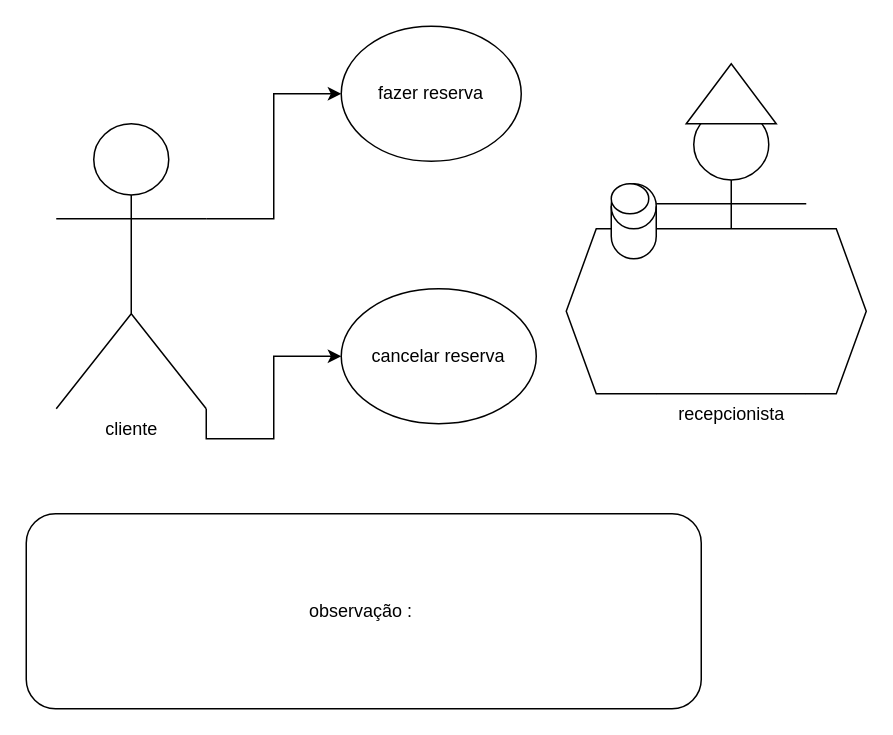
The draw.io diagram page "Página-1" (1 of 2) of Diagrama sem nome.drawio in Bernardo-Alves125/Diagramas-de-requisitos, before the edit. Source tidied: cells renumbered, new cells numbered last; positions are measured from the earlier drawing's top-left corner, leaving out a move shared by most shapes. Both pictures are drawn from the tidied source at 150%, with x=0, y=0 at pixel (26, 26).
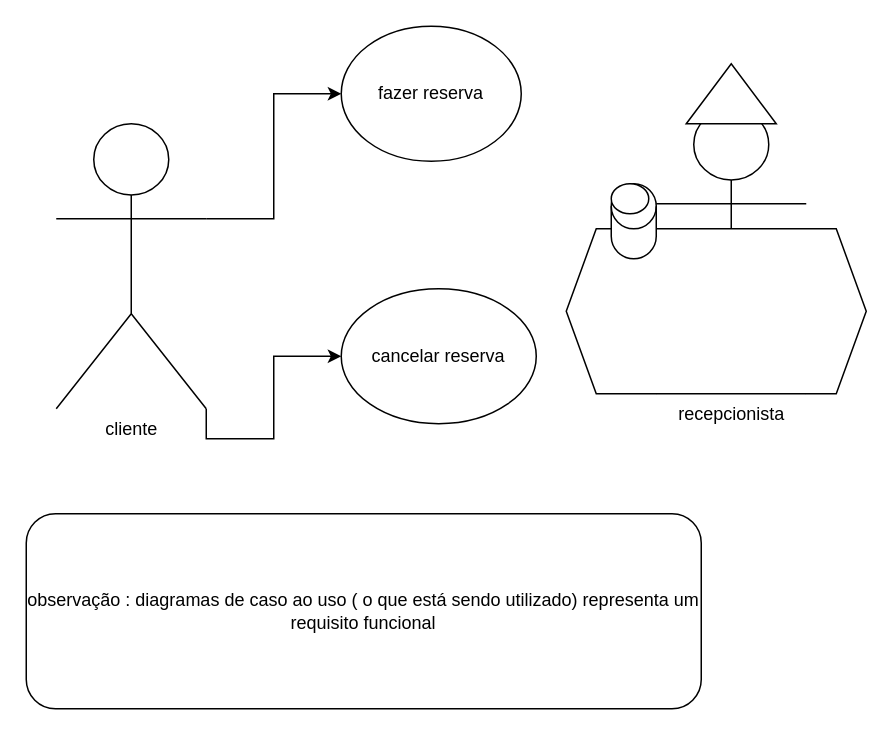
The same page after the edit.

Diff of the diagram source:
```diff
@@
 <mxGraphModel>
   <root>
     <mxCell id="0" />
     <mxCell id="1" parent="0" />
     <mxCell id="2" style="edgeStyle=orthogonalEdgeStyle;rounded=0;jettySize=auto;html=1;exitX=1;exitY=0.3333333333333333;exitDx=0;exitDy=0;exitPerimeter=0;" parent="1" edge="1" source="4" target="10">
       <mxGeometry relative="1" as="geometry" />
     </mxCell>
     <mxCell id="3" style="edgeStyle=orthogonalEdgeStyle;rounded=0;jettySize=auto;html=1;exitX=1;exitY=1;exitDx=0;exitDy=0;exitPerimeter=0;" parent="1" edge="1" source="4" target="11">
       <mxGeometry relative="1" as="geometry" />
     </mxCell>
     <mxCell id="4" value="cliente" style="shape=umlActor;verticalLabelPosition=bottom;verticalAlign=top;html=1;outlineConnect=0;" parent="1" vertex="1">
       <mxGeometry x="20" y="65" width="100" height="190" as="geometry" />
     </mxCell>
     <mxCell id="5" value="recepcionista" style="shape=umlActor;verticalLabelPosition=bottom;verticalAlign=top;html=1;" parent="1" vertex="1">
       <mxGeometry x="420" y="55" width="100" height="190" as="geometry" />
     </mxCell>
     <mxCell id="6" style="shape=hexagon;perimeter=hexagonPerimeter2;whiteSpace=wrap;html=1;fixedSize=1;" parent="1" vertex="1">
       <mxGeometry x="360" y="135" width="200" height="110" as="geometry" />
     </mxCell>
     <mxCell id="7" style="triangle;whiteSpace=wrap;html=1;direction=north;" parent="1" vertex="1">
       <mxGeometry x="440" y="25" width="60" height="40" as="geometry" />
     </mxCell>
     <mxCell id="8" style="shape=cylinder3;whiteSpace=wrap;html=1;boundedLbl=1;backgroundOutline=1;size=15;" parent="1" vertex="1">
       <mxGeometry x="390" y="105" width="30" height="50" as="geometry" />
     </mxCell>
     <mxCell id="9" style="ellipse;whiteSpace=wrap;html=1;" parent="1" vertex="1">
       <mxGeometry x="390" y="105" width="25" height="20" as="geometry" />
     </mxCell>
     <mxCell id="10" value="fazer reserva" style="ellipse;whiteSpace=wrap;html=1;" parent="1" vertex="1">
       <mxGeometry x="210" width="120" height="90" as="geometry" />
     </mxCell>
     <mxCell id="11" value="cancelar reserva" style="ellipse;whiteSpace=wrap;html=1;" parent="1" vertex="1">
       <mxGeometry x="210" y="175" width="130" height="90" as="geometry" />
     </mxCell>
-    <mxCell id="12" value="observação :&amp;nbsp;" style="rounded=1;whiteSpace=wrap;html=1;" parent="1" vertex="1">
+    <mxCell id="12" value="observação : diagramas de caso ao uso ( o que está sendo utilizado) representa um requisito funcional" style="rounded=1;whiteSpace=wrap;html=1;" parent="1" vertex="1">
       <mxGeometry y="325" width="450" height="130" as="geometry" />
     </mxCell>
   </root>
 </mxGraphModel>
```
